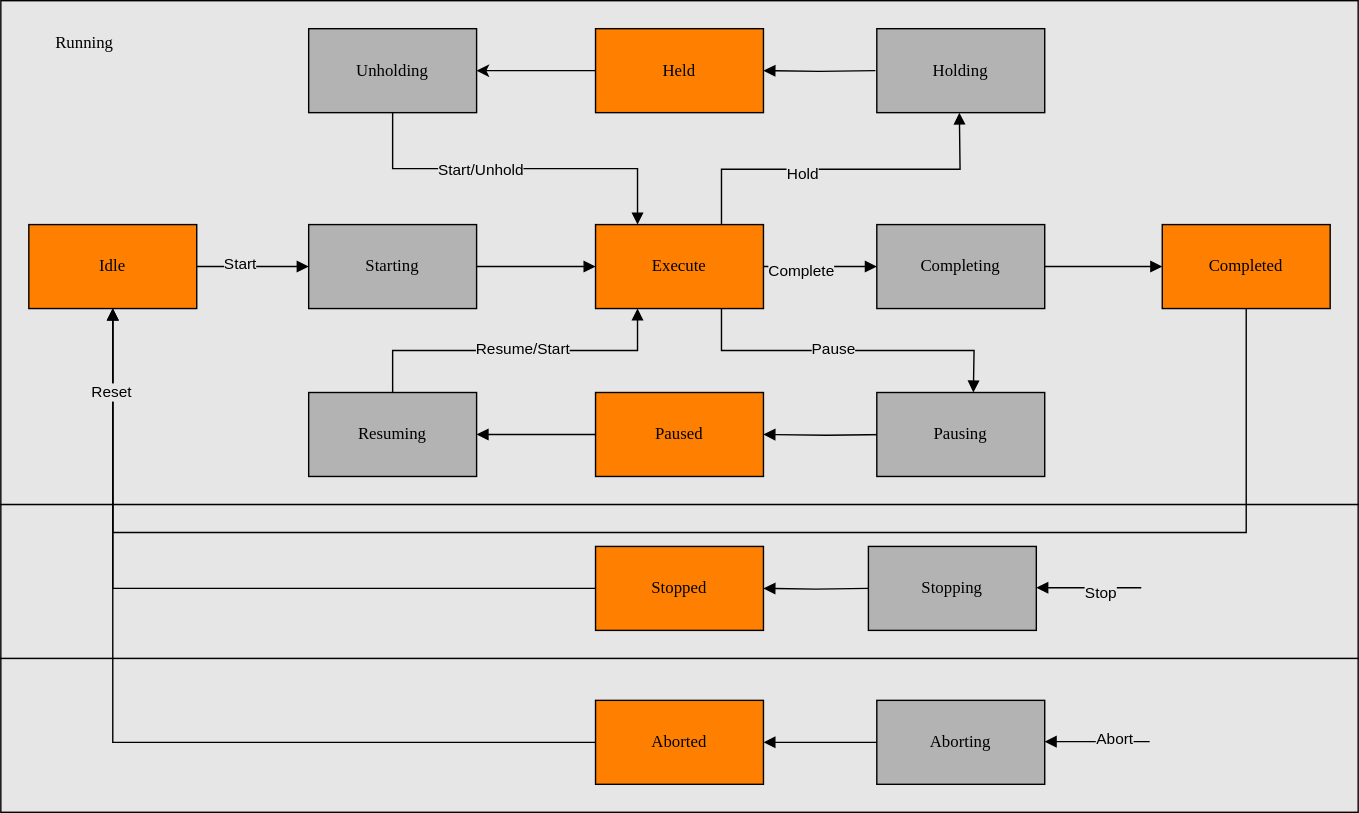
Before: docs/StateMachine.drawio.svg, a diagram exported from draw.io (PeterZerlauth/Tc3_Component). Source tidied: cells renumbered, new cells last; positions are measured from the earlier drawing's top-left corner, leaving out a move shared by most shapes. Its diagram source:
```xml
<mxGraphModel>
  <root>
    <mxCell id="0" />
    <mxCell id="1" parent="0" />
    <mxCell id="2" style="rounded=0;whiteSpace=wrap;html=1;fontFamily=Helvetica;fontSize=11;fontColor=default;labelBackgroundColor=default;fillColor=#E6E6E6;" parent="1" vertex="1">
      <mxGeometry y="470" width="970" height="110" as="geometry" />
    </mxCell>
    <mxCell id="3" style="rounded=0;whiteSpace=wrap;html=1;fontFamily=Helvetica;fontSize=11;fontColor=default;labelBackgroundColor=default;fillColor=#E6E6E6;" parent="1" vertex="1">
      <mxGeometry y="360" width="970" height="110" as="geometry" />
    </mxCell>
    <mxCell id="4" style="rounded=0;whiteSpace=wrap;html=1;fontFamily=Helvetica;fontSize=11;fontColor=default;labelBackgroundColor=default;fillColor=#E6E6E6;" parent="1" vertex="1">
      <mxGeometry width="970" height="360" as="geometry" />
    </mxCell>
    <mxCell id="5" style="edgeStyle=orthogonalEdgeStyle;rounded=0;jettySize=auto;html=1;" parent="1" edge="1" source="6" target="34">
      <mxGeometry relative="1" as="geometry" />
    </mxCell>
    <mxCell id="6" value="Held" style="rounded=0;whiteSpace=wrap;html=1;arcSize=24;fillColor=#FF8000;strokeColor=#000000;shadow=0;comic=0;labelBackgroundColor=none;fontFamily=Verdana;fontSize=12;fontColor=#000000;align=center;rotation=0;" parent="1" vertex="1">
      <mxGeometry x="425" y="20" width="120" height="60" as="geometry" />
    </mxCell>
    <mxCell id="7" style="edgeStyle=orthogonalEdgeStyle;rounded=0;jettySize=auto;html=1;entryX=0.5;entryY=1;entryDx=0;entryDy=0;strokeColor=default;align=center;verticalAlign=middle;fontFamily=Helvetica;fontSize=11;fontColor=default;labelBackgroundColor=default;endArrow=block;endFill=1;exitX=0.75;exitY=0;exitDx=0;exitDy=0;" parent="1" edge="1" source="11">
      <mxGeometry relative="1" as="geometry">
        <mxPoint x="685" y="80" as="targetPoint" />
      </mxGeometry>
    </mxCell>
    <mxCell id="8" value="Hold" style="edgeLabel;html=1;align=center;verticalAlign=middle;fontFamily=Helvetica;fontSize=11;fontColor=default;labelBackgroundColor=#E6E6E6;" parent="7" vertex="1">
      <mxGeometry x="-0.23" y="-2" relative="1" as="geometry">
        <mxPoint x="1" y="1" as="offset" />
      </mxGeometry>
    </mxCell>
    <mxCell id="9" style="edgeStyle=orthogonalEdgeStyle;rounded=0;jettySize=auto;html=1;exitX=1;exitY=0.5;exitDx=0;exitDy=0;entryX=0;entryY=0.5;entryDx=0;entryDy=0;strokeColor=default;align=center;verticalAlign=middle;fontFamily=Helvetica;fontSize=11;fontColor=default;labelBackgroundColor=default;endArrow=block;endFill=1;" parent="1" edge="1" source="11" target="41">
      <mxGeometry relative="1" as="geometry" />
    </mxCell>
    <mxCell id="10" value="Complete" style="edgeLabel;html=1;align=center;verticalAlign=middle;fontFamily=Helvetica;fontSize=11;fontColor=default;labelBackgroundColor=#E6E6E6;" parent="9" vertex="1">
      <mxGeometry x="-0.36" y="-2" relative="1" as="geometry" />
    </mxCell>
    <mxCell id="11" value="Execute" style="rounded=0;whiteSpace=wrap;html=1;arcSize=24;fillColor=#FF8000;strokeColor=#000000;shadow=0;comic=0;labelBackgroundColor=none;fontFamily=Verdana;fontSize=12;fontColor=#000000;align=center;" parent="1" vertex="1">
      <mxGeometry x="425" y="160" width="120" height="60" as="geometry" />
    </mxCell>
    <mxCell id="12" value="Paused" style="rounded=0;whiteSpace=wrap;html=1;arcSize=24;fillColor=#FF8000;strokeColor=#000000;shadow=0;comic=0;labelBackgroundColor=none;fontFamily=Verdana;fontSize=12;fontColor=#000000;align=center;" parent="1" vertex="1">
      <mxGeometry x="425" y="280" width="120" height="60" as="geometry" />
    </mxCell>
    <mxCell id="13" style="edgeStyle=orthogonalEdgeStyle;rounded=0;jettySize=auto;html=1;strokeColor=default;align=center;verticalAlign=middle;fontFamily=Helvetica;fontSize=11;fontColor=default;labelBackgroundColor=default;endArrow=block;endFill=1;" parent="1" edge="1" target="6">
      <mxGeometry relative="1" as="geometry">
        <mxPoint x="625" y="50" as="sourcePoint" />
      </mxGeometry>
    </mxCell>
    <mxCell id="14" style="edgeStyle=orthogonalEdgeStyle;rounded=0;jettySize=auto;html=1;strokeColor=default;align=center;verticalAlign=middle;fontFamily=Helvetica;fontSize=11;fontColor=default;labelBackgroundColor=default;endArrow=block;endFill=1;" parent="1" edge="1" target="12">
      <mxGeometry relative="1" as="geometry">
        <mxPoint x="635" y="310" as="sourcePoint" />
      </mxGeometry>
    </mxCell>
    <mxCell id="15" style="edgeStyle=orthogonalEdgeStyle;rounded=0;jettySize=auto;html=1;entryX=0.5;entryY=0;entryDx=0;entryDy=0;strokeColor=default;align=center;verticalAlign=middle;fontFamily=Helvetica;fontSize=11;fontColor=default;labelBackgroundColor=default;endArrow=block;endFill=1;exitX=0.75;exitY=1;exitDx=0;exitDy=0;" parent="1" edge="1" source="11">
      <mxGeometry relative="1" as="geometry">
        <mxPoint x="695" y="280" as="targetPoint" />
      </mxGeometry>
    </mxCell>
    <mxCell id="16" value="Pause" style="edgeLabel;html=1;align=center;verticalAlign=middle;fontFamily=Helvetica;fontSize=11;fontColor=default;labelBackgroundColor=#E6E6E6;" parent="15" vertex="1">
      <mxGeometry x="-0.09" y="2" relative="1" as="geometry" />
    </mxCell>
    <mxCell id="17" style="edgeStyle=orthogonalEdgeStyle;rounded=0;jettySize=auto;html=1;strokeColor=default;align=center;verticalAlign=middle;fontFamily=Helvetica;fontSize=11;fontColor=default;labelBackgroundColor=default;endArrow=block;endFill=1;entryX=0;entryY=0.5;entryDx=0;entryDy=0;" parent="1" edge="1" source="19" target="30">
      <mxGeometry relative="1" as="geometry" />
    </mxCell>
    <mxCell id="18" value="Start" style="edgeLabel;html=1;align=center;verticalAlign=middle;fontFamily=Helvetica;fontSize=11;fontColor=default;labelBackgroundColor=#E6E6E6;" parent="17" vertex="1">
      <mxGeometry x="-0.25" y="3" relative="1" as="geometry" />
    </mxCell>
    <mxCell id="19" value="Idle" style="rounded=0;whiteSpace=wrap;html=1;arcSize=24;fillColor=#FF8000;strokeColor=#000000;shadow=0;comic=0;labelBackgroundColor=none;fontFamily=Verdana;fontSize=12;fontColor=#000000;align=center;" parent="1" vertex="1">
      <mxGeometry x="20" y="160" width="120" height="60" as="geometry" />
    </mxCell>
    <mxCell id="20" style="edgeStyle=orthogonalEdgeStyle;rounded=0;jettySize=auto;html=1;entryX=0.5;entryY=1;entryDx=0;entryDy=0;strokeColor=default;align=center;verticalAlign=middle;fontFamily=Helvetica;fontSize=11;fontColor=default;labelBackgroundColor=default;endArrow=block;endFill=1;" parent="1" edge="1" source="21" target="19">
      <mxGeometry relative="1" as="geometry" />
    </mxCell>
    <mxCell id="21" value="Stopped" style="rounded=0;whiteSpace=wrap;html=1;arcSize=24;fillColor=#FF8000;strokeColor=#000000;shadow=0;comic=0;labelBackgroundColor=none;fontFamily=Verdana;fontSize=12;fontColor=#000000;align=center;" parent="1" vertex="1">
      <mxGeometry x="425" y="390" width="120" height="60" as="geometry" />
    </mxCell>
    <mxCell id="22" style="edgeStyle=orthogonalEdgeStyle;rounded=0;jettySize=auto;html=1;strokeColor=default;align=center;verticalAlign=middle;fontFamily=Helvetica;fontSize=11;fontColor=default;labelBackgroundColor=default;endArrow=block;endFill=1;entryX=0.5;entryY=1;entryDx=0;entryDy=0;" parent="1" edge="1" source="23" target="19">
      <mxGeometry relative="1" as="geometry" />
    </mxCell>
    <mxCell id="23" value="Aborted" style="rounded=0;whiteSpace=wrap;html=1;arcSize=24;fillColor=#FF8000;strokeColor=#000000;shadow=0;comic=0;labelBackgroundColor=none;fontFamily=Verdana;fontSize=12;fontColor=#000000;align=center;" parent="1" vertex="1">
      <mxGeometry x="425" y="500" width="120" height="60" as="geometry" />
    </mxCell>
    <mxCell id="24" style="edgeStyle=orthogonalEdgeStyle;rounded=0;jettySize=auto;html=1;exitX=0.5;exitY=1;exitDx=0;exitDy=0;entryX=0.5;entryY=1;entryDx=0;entryDy=0;strokeColor=default;align=center;verticalAlign=middle;fontFamily=Helvetica;fontSize=11;fontColor=default;labelBackgroundColor=default;endArrow=block;endFill=1;" parent="1" edge="1" source="26" target="19">
      <mxGeometry relative="1" as="geometry">
        <Array as="points">
          <mxPoint x="890" y="380" />
          <mxPoint x="80" y="380" />
        </Array>
      </mxGeometry>
    </mxCell>
    <mxCell id="25" value="Reset" style="edgeLabel;html=1;align=center;verticalAlign=middle;fontFamily=Helvetica;fontSize=11;fontColor=default;labelBackgroundColor=#E6E6E6;" parent="24" vertex="1">
      <mxGeometry x="0.9" y="2" relative="1" as="geometry" />
    </mxCell>
    <mxCell id="26" value="Completed" style="rounded=0;whiteSpace=wrap;html=1;arcSize=24;fillColor=#FF8000;strokeColor=#000000;shadow=0;comic=0;labelBackgroundColor=none;fontFamily=Verdana;fontSize=12;fontColor=#000000;align=center;" parent="1" vertex="1">
      <mxGeometry x="830" y="160" width="120" height="60" as="geometry" />
    </mxCell>
    <mxCell id="27" style="edgeStyle=orthogonalEdgeStyle;rounded=0;jettySize=auto;html=1;strokeColor=default;align=center;verticalAlign=middle;fontFamily=Helvetica;fontSize=11;fontColor=default;labelBackgroundColor=default;endArrow=block;endFill=1;" parent="1" edge="1" target="21">
      <mxGeometry relative="1" as="geometry">
        <mxPoint x="620" y="420" as="sourcePoint" />
      </mxGeometry>
    </mxCell>
    <mxCell id="28" style="edgeStyle=orthogonalEdgeStyle;rounded=0;jettySize=auto;html=1;strokeColor=default;align=center;verticalAlign=middle;fontFamily=Helvetica;fontSize=11;fontColor=default;labelBackgroundColor=default;endArrow=block;endFill=1;exitX=0.033;exitY=0.5;exitDx=0;exitDy=0;exitPerimeter=0;" parent="1" edge="1" source="43" target="23">
      <mxGeometry relative="1" as="geometry" />
    </mxCell>
    <mxCell id="29" style="edgeStyle=orthogonalEdgeStyle;rounded=0;jettySize=auto;html=1;exitX=1;exitY=0.5;exitDx=0;exitDy=0;entryX=0;entryY=0.5;entryDx=0;entryDy=0;strokeColor=default;align=center;verticalAlign=middle;fontFamily=Helvetica;fontSize=11;fontColor=default;labelBackgroundColor=default;endArrow=block;endFill=1;" parent="1" edge="1" source="30" target="11">
      <mxGeometry relative="1" as="geometry" />
    </mxCell>
    <mxCell id="30" value="Starting" style="rounded=0;whiteSpace=wrap;html=1;arcSize=24;fillColor=#B3B3B3;strokeColor=#000000;shadow=0;comic=0;labelBackgroundColor=none;fontFamily=Verdana;fontSize=12;fontColor=#000000;align=center;" parent="1" vertex="1">
      <mxGeometry x="220" y="160" width="120" height="60" as="geometry" />
    </mxCell>
    <mxCell id="31" value="Holding" style="rounded=0;whiteSpace=wrap;html=1;arcSize=24;fillColor=#B3B3B3;strokeColor=#000000;shadow=0;comic=0;labelBackgroundColor=none;fontFamily=Verdana;fontSize=12;fontColor=#000000;align=center;" parent="1" vertex="1">
      <mxGeometry x="626" y="20" width="120" height="60" as="geometry" />
    </mxCell>
    <mxCell id="32" style="edgeStyle=orthogonalEdgeStyle;rounded=0;jettySize=auto;html=1;exitX=0.5;exitY=1;exitDx=0;exitDy=0;entryX=0.25;entryY=0;entryDx=0;entryDy=0;strokeColor=default;align=center;verticalAlign=middle;fontFamily=Helvetica;fontSize=11;fontColor=default;labelBackgroundColor=default;endArrow=block;endFill=1;" parent="1" edge="1" source="34" target="11">
      <mxGeometry relative="1" as="geometry" />
    </mxCell>
    <mxCell id="33" value="Start/Unhold" style="edgeLabel;html=1;align=center;verticalAlign=middle;fontFamily=Helvetica;fontSize=11;fontColor=default;labelBackgroundColor=#E6E6E6;" parent="32" vertex="1">
      <mxGeometry x="-0.2" relative="1" as="geometry" />
    </mxCell>
    <mxCell id="34" value="Unholding" style="rounded=0;whiteSpace=wrap;html=1;arcSize=24;fillColor=#B3B3B3;strokeColor=#000000;shadow=0;comic=0;labelBackgroundColor=none;fontFamily=Verdana;fontSize=12;fontColor=#000000;align=center;" parent="1" vertex="1">
      <mxGeometry x="220" y="20" width="120" height="60" as="geometry" />
    </mxCell>
    <mxCell id="35" value="Pausing" style="rounded=0;whiteSpace=wrap;html=1;arcSize=24;fillColor=#B3B3B3;strokeColor=#000000;shadow=0;comic=0;labelBackgroundColor=none;fontFamily=Verdana;fontSize=12;fontColor=#000000;align=center;" parent="1" vertex="1">
      <mxGeometry x="626" y="280" width="120" height="60" as="geometry" />
    </mxCell>
    <mxCell id="36" style="edgeStyle=orthogonalEdgeStyle;rounded=0;jettySize=auto;html=1;strokeColor=default;align=center;verticalAlign=middle;fontFamily=Helvetica;fontSize=11;fontColor=default;labelBackgroundColor=default;endArrow=block;endFill=1;" parent="1" edge="1" source="12" target="39">
      <mxGeometry relative="1" as="geometry" />
    </mxCell>
    <mxCell id="37" style="edgeStyle=orthogonalEdgeStyle;rounded=0;jettySize=auto;html=1;exitX=0.5;exitY=0;exitDx=0;exitDy=0;entryX=0.25;entryY=1;entryDx=0;entryDy=0;strokeColor=default;align=center;verticalAlign=middle;fontFamily=Helvetica;fontSize=11;fontColor=default;labelBackgroundColor=default;endArrow=block;endFill=1;" parent="1" edge="1" source="39" target="11">
      <mxGeometry relative="1" as="geometry" />
    </mxCell>
    <mxCell id="38" value="Resume/Start" style="edgeLabel;html=1;align=center;verticalAlign=middle;fontFamily=Helvetica;fontSize=11;fontColor=default;labelBackgroundColor=#E6E6E6;" parent="37" vertex="1">
      <mxGeometry x="0.04" y="2" relative="1" as="geometry" />
    </mxCell>
    <mxCell id="39" value="Resuming" style="rounded=0;whiteSpace=wrap;html=1;arcSize=24;fillColor=#B3B3B3;strokeColor=#000000;shadow=0;comic=0;labelBackgroundColor=none;fontFamily=Verdana;fontSize=12;fontColor=#000000;align=center;" parent="1" vertex="1">
      <mxGeometry x="220" y="280" width="120" height="60" as="geometry" />
    </mxCell>
    <mxCell id="40" style="edgeStyle=orthogonalEdgeStyle;rounded=0;jettySize=auto;html=1;strokeColor=default;align=center;verticalAlign=middle;fontFamily=Helvetica;fontSize=11;fontColor=default;labelBackgroundColor=default;endArrow=block;endFill=1;" parent="1" edge="1" source="41" target="26">
      <mxGeometry relative="1" as="geometry" />
    </mxCell>
    <mxCell id="41" value="Completing" style="rounded=0;whiteSpace=wrap;html=1;arcSize=24;fillColor=#B3B3B3;strokeColor=#000000;shadow=0;comic=0;labelBackgroundColor=none;fontFamily=Verdana;fontSize=12;fontColor=#000000;align=center;" parent="1" vertex="1">
      <mxGeometry x="626" y="160" width="120" height="60" as="geometry" />
    </mxCell>
    <mxCell id="42" value="Stopping" style="rounded=0;whiteSpace=wrap;html=1;arcSize=24;fillColor=#B3B3B3;strokeColor=#000000;shadow=0;comic=0;labelBackgroundColor=none;fontFamily=Verdana;fontSize=12;fontColor=#000000;align=center;" parent="1" vertex="1">
      <mxGeometry x="620" y="390" width="120" height="60" as="geometry" />
    </mxCell>
    <mxCell id="43" value="Aborting" style="rounded=0;whiteSpace=wrap;html=1;arcSize=24;fillColor=#B3B3B3;strokeColor=#000000;shadow=0;comic=0;labelBackgroundColor=none;fontFamily=Verdana;fontSize=12;fontColor=#000000;align=center;" parent="1" vertex="1">
      <mxGeometry x="626" y="500" width="120" height="60" as="geometry" />
    </mxCell>
    <mxCell id="44" style="edgeStyle=orthogonalEdgeStyle;rounded=0;orthogonalLoop=1;jettySize=auto;html=1;strokeColor=default;align=center;verticalAlign=middle;fontFamily=Helvetica;fontSize=11;fontColor=default;labelBackgroundColor=default;endArrow=block;endFill=1;" parent="1" edge="1">
      <mxGeometry relative="1" as="geometry">
        <mxPoint x="815" y="419.5" as="sourcePoint" />
        <mxPoint x="740" y="419.5" as="targetPoint" />
      </mxGeometry>
    </mxCell>
    <mxCell id="45" value="Stop" style="edgeLabel;html=1;align=center;verticalAlign=middle;fontFamily=Helvetica;fontSize=11;fontColor=default;labelBackgroundColor=#E6E6E6;" parent="44" vertex="1">
      <mxGeometry x="-0.2" y="3" relative="1" as="geometry" />
    </mxCell>
    <mxCell id="46" style="edgeStyle=orthogonalEdgeStyle;rounded=0;orthogonalLoop=1;jettySize=auto;html=1;strokeColor=default;align=center;verticalAlign=middle;fontFamily=Helvetica;fontSize=11;fontColor=default;labelBackgroundColor=default;endArrow=block;endFill=1;" parent="1" edge="1">
      <mxGeometry relative="1" as="geometry">
        <mxPoint x="821" y="529.5" as="sourcePoint" />
        <mxPoint x="746" y="529.5" as="targetPoint" />
      </mxGeometry>
    </mxCell>
    <mxCell id="47" value="Abort" style="edgeLabel;html=1;align=center;verticalAlign=middle;fontFamily=Helvetica;fontSize=11;fontColor=default;labelBackgroundColor=#E6E6E6;" parent="46" vertex="1">
      <mxGeometry x="-0.31" y="-2" relative="1" as="geometry" />
    </mxCell>
    <mxCell id="48" value="Running" style="rounded=0;whiteSpace=wrap;html=1;arcSize=24;fillColor=none;strokeColor=none;shadow=0;comic=0;labelBackgroundColor=none;fontFamily=Verdana;fontSize=12;fontColor=#000000;align=center;" parent="1" vertex="1">
      <mxGeometry width="120" height="60" as="geometry" />
    </mxCell>
  </root>
</mxGraphModel>
```
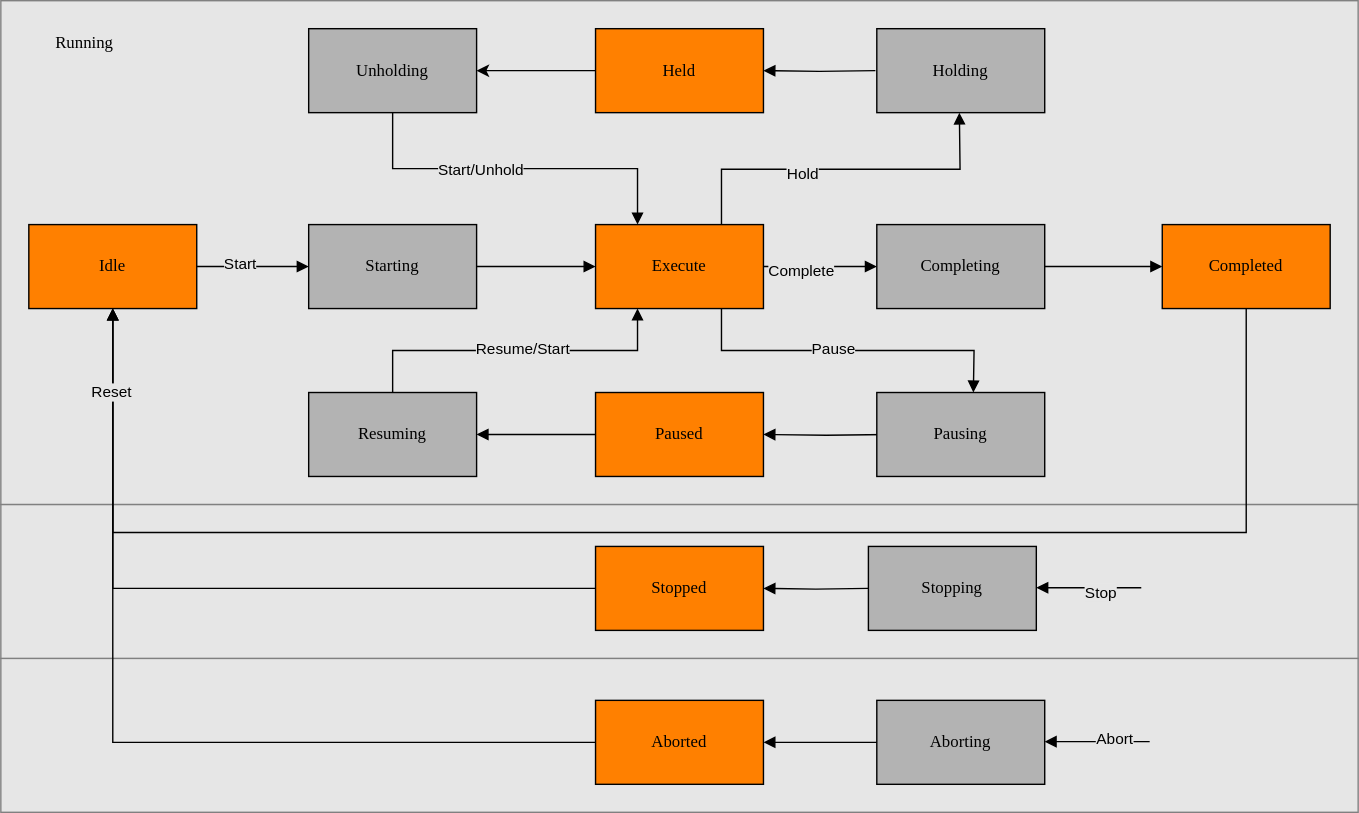
The same diagram one commit later.

Change to the diagram source:
```diff
@@ -2,13 +2,13 @@
   <root>
     <mxCell id="0" />
     <mxCell id="1" parent="0" />
-    <mxCell id="2" style="rounded=0;whiteSpace=wrap;html=1;fontFamily=Helvetica;fontSize=11;fontColor=default;labelBackgroundColor=default;fillColor=#E6E6E6;" parent="1" vertex="1">
+    <mxCell id="2" style="rounded=0;whiteSpace=wrap;html=1;fontFamily=Helvetica;fontSize=11;fontColor=default;labelBackgroundColor=default;fillColor=#E6E6E6;strokeColor=#808080;" parent="1" vertex="1">
       <mxGeometry y="470" width="970" height="110" as="geometry" />
     </mxCell>
-    <mxCell id="3" style="rounded=0;whiteSpace=wrap;html=1;fontFamily=Helvetica;fontSize=11;fontColor=default;labelBackgroundColor=default;fillColor=#E6E6E6;" parent="1" vertex="1">
+    <mxCell id="3" style="rounded=0;whiteSpace=wrap;html=1;fontFamily=Helvetica;fontSize=11;fontColor=default;labelBackgroundColor=default;fillColor=#E6E6E6;strokeColor=#808080;" parent="1" vertex="1">
       <mxGeometry y="360" width="970" height="110" as="geometry" />
     </mxCell>
-    <mxCell id="4" style="rounded=0;whiteSpace=wrap;html=1;fontFamily=Helvetica;fontSize=11;fontColor=default;labelBackgroundColor=default;fillColor=#E6E6E6;" parent="1" vertex="1">
+    <mxCell id="4" style="rounded=0;whiteSpace=wrap;html=1;fontFamily=Helvetica;fontSize=11;fontColor=default;labelBackgroundColor=default;fillColor=#E6E6E6;strokeColor=#808080;" parent="1" vertex="1">
       <mxGeometry width="970" height="360" as="geometry" />
     </mxCell>
     <mxCell id="5" style="edgeStyle=orthogonalEdgeStyle;rounded=0;jettySize=auto;html=1;" parent="1" edge="1" source="6" target="34">
```
